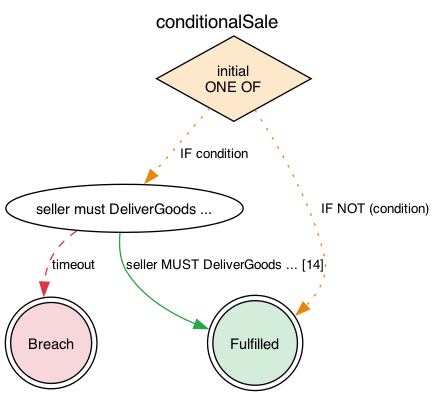
This is jl4/examples/state-graphs/conditionalSale.png from legalese/l4-ide, a Graphviz export, as it was before one commit. Its source is kept beside it as jl4/examples/state-graphs/conditionalSale.dot.
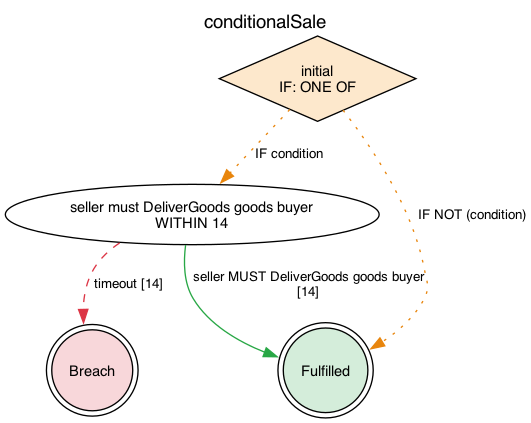
Later version of the same file.

Diff of the diagram source:
```diff
@@ -8,12 +8,12 @@
          ,fontsize=11];
     edge [fontname=Helvetica
          ,fontsize=10];
-    0 [label="initial\nONE OF"
+    0 [label="initial\nIF: ONE OF"
       ,fillcolor=white
       ,style=filled
       ,shape=diamond
       ,fillcolor="#fde8cc"];
-    1 [label="seller must DeliverGoods ..."
+    1 [label="seller must DeliverGoods goods buyer\nWITHIN 14"
       ,fillcolor=white
       ,style=filled
       ,shape=ellipse
@@ -28,16 +28,16 @@
       ,style=filled
       ,shape=doublecircle
       ,fillcolor="#f8d7da"];
-    0 -> 1 [label=" IF condition"
+    0 -> 1 [label="IF condition"
            ,color="#e8850c"
            ,style=dotted];
-    0 -> 2 [label=" IF NOT (condition)"
+    0 -> 2 [label="IF NOT (condition)"
            ,color="#e8850c"
            ,style=dotted];
-    1 -> 2 [label="seller MUST DeliverGoods ... [14]"
+    1 -> 2 [label="seller MUST DeliverGoods goods buyer\n[14]"
            ,color="#28a745"
            ,style=solid];
-    1 -> 3 [label=timeout
+    1 -> 3 [label="timeout [14]"
            ,color="#dc3545"
            ,style=dashed];
 }
```
